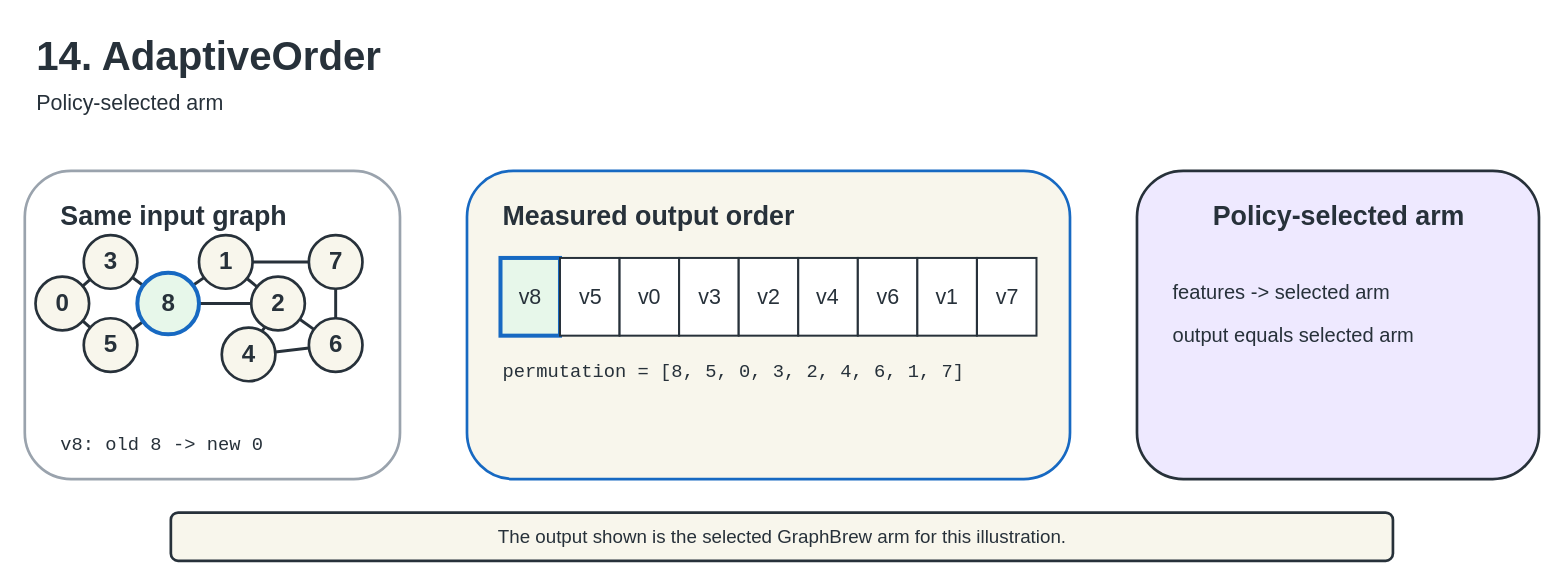
This is page "AdaptiveOrder" (16 of 18) of docs/figures/editable/GraphBrew-reordering-figures.drawio from UVA-LavaLab/GraphBrew, a draw.io file, before an edit. Source tidied: cells renumbered, new cells numbered last; positions are measured from the earlier drawing's top-left corner, leaving out a move shared by most shapes. Both pictures are drawn from the tidied source at 134%, with x=0, y=0 at pixel (24, 23).
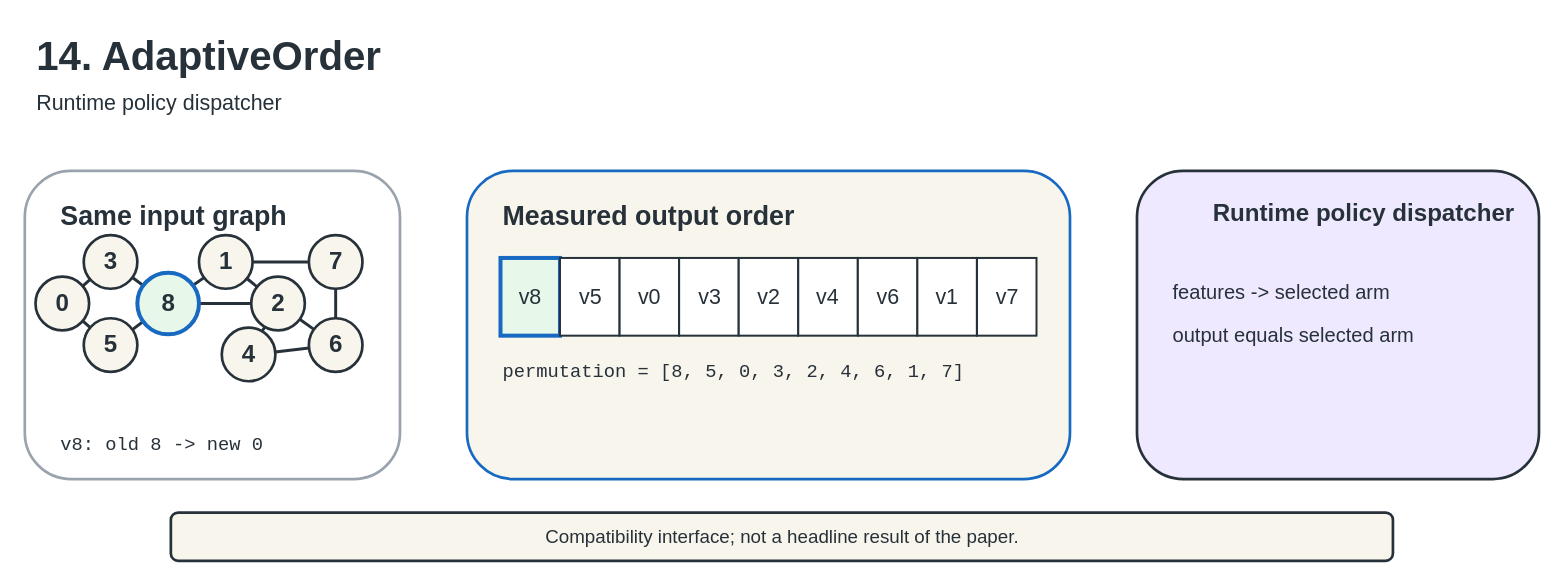
Above is the later version.

What changed in the source:
```diff
@@
-    <mxCell id="3" value="Policy-selected arm" style="text;html=1;strokeColor=none;fillColor=none;fontSize=16;fontColor=#27313A;" parent="1" vertex="1">
+    <mxCell id="3" value="Runtime policy dispatcher" style="text;html=1;strokeColor=none;fillColor=none;fontSize=16;fontColor=#27313A;" parent="1" vertex="1">
       <mxGeometry x="7" y="43" width="1050" height="28" as="geometry" />
     </mxCell>
@@
-    <mxCell id="9" value="Policy-selected arm" style="text;html=1;strokeColor=none;fillColor=none;fontSize=20;fontStyle=1;fontColor=#27313A;" parent="1" vertex="1">
+    <mxCell id="9" value="Runtime policy dispatcher" style="text;html=1;strokeColor=none;fillColor=none;fontSize=18;fontStyle=1;fontColor=#27313A;" parent="1" vertex="1">
       <mxGeometry x="885" y="125" width="220" height="35" as="geometry" />
     </mxCell>
-    <mxCell id="10" value="The output shown is the selected GraphBrew arm for this illustration." style="rounded=1;html=1;fillColor=#F8F6EC;strokeColor=#27313A;strokeWidth=2;fontSize=14;fontColor=#27313A;align=center;" parent="1" vertex="1">
+    <mxCell id="10" value="Compatibility interface; not a headline result of the paper." style="rounded=1;html=1;fillColor=#F8F6EC;strokeColor=#27313A;strokeWidth=2;fontSize=14;fontColor=#27313A;align=center;" parent="1" vertex="1">
       <mxGeometry x="109" y="365" width="912" height="36" as="geometry" />
     </mxCell>
```
